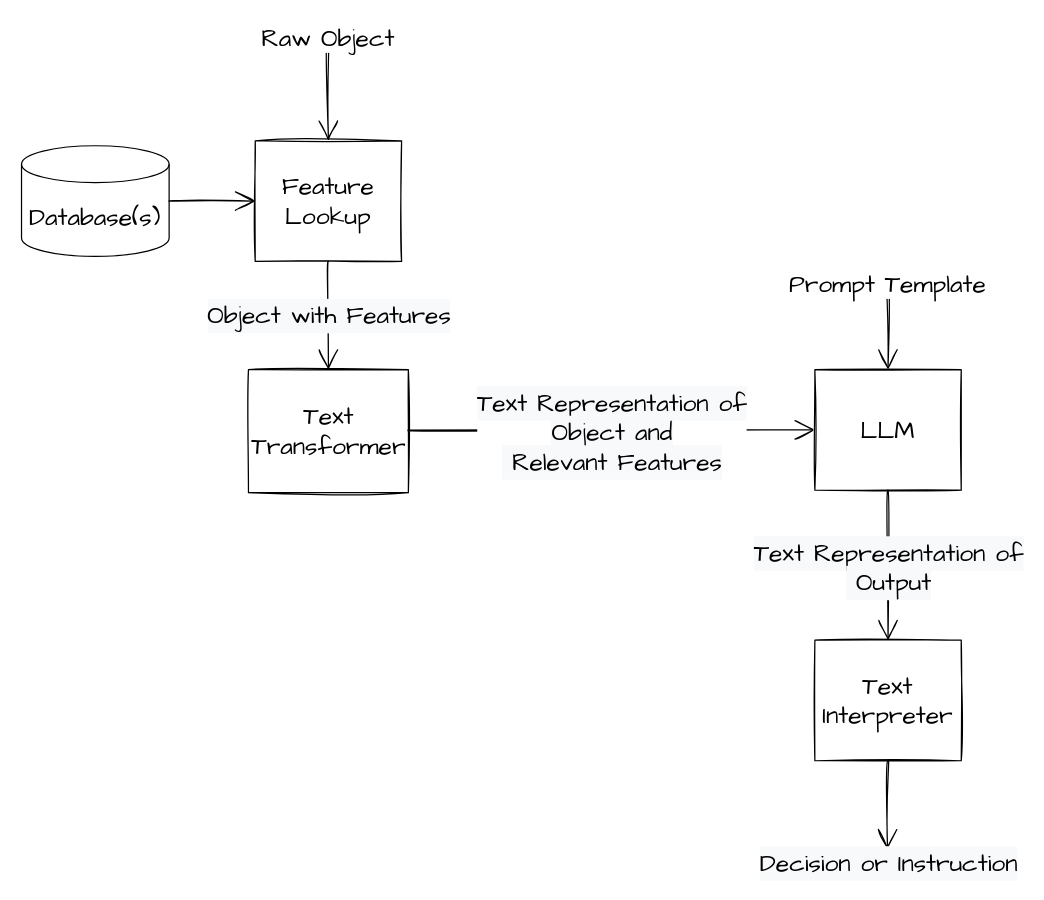
Before: page "Textification" (1 of 5) of img/LLMsTextSketch.drawio in dshieble/dshieble.github.io, a draw.io diagram. Source tidied: cells renumbered, new cells numbered last; positions are measured from the earlier drawing's top-left corner, leaving out a move shared by most shapes. Both pictures are drawn from the tidied source at 123%, with x=0, y=0 at pixel (21, 37).
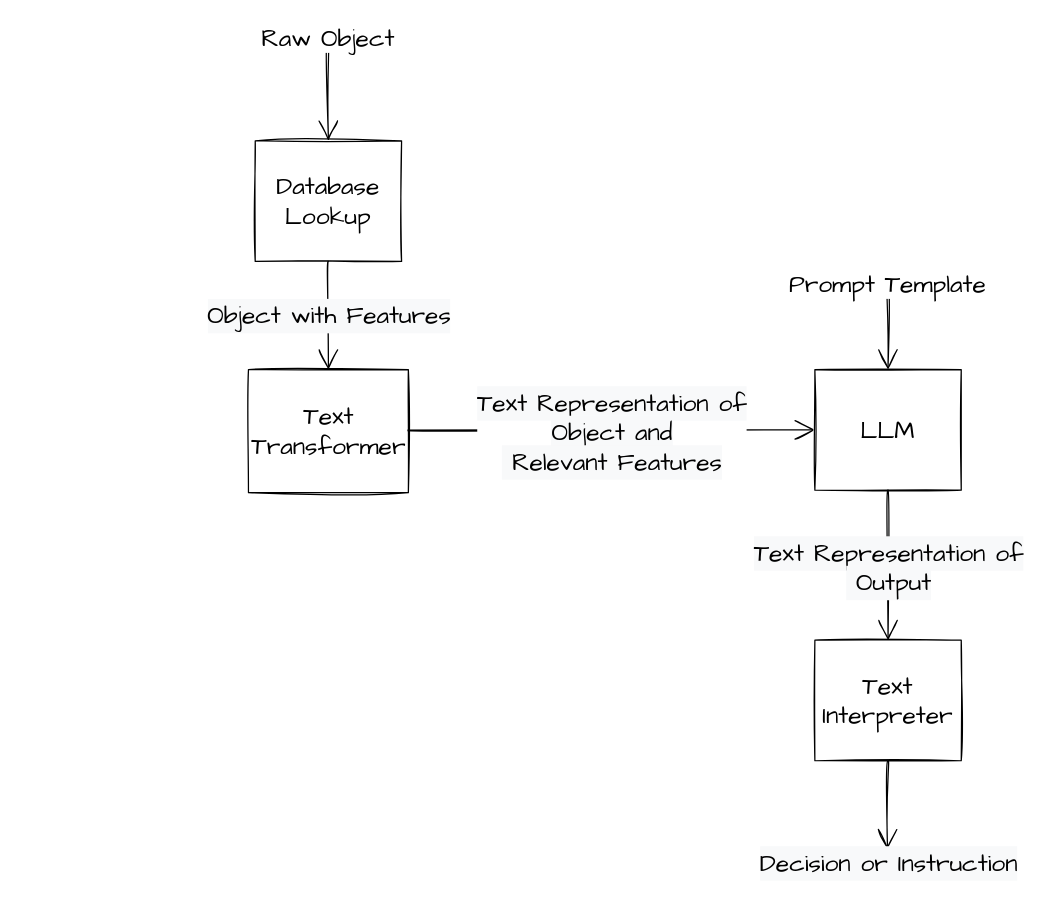
After the change.

What changed in the source:
```diff
@@
-    <mxCell id="2" value="Feature Lookup" style="rounded=0;whiteSpace=wrap;html=1;sketch=1;hachureGap=4;fontFamily=Architects Daughter;fontSize=20;" parent="1" vertex="1">
+    <mxCell id="2" value="Database Lookup" style="rounded=0;whiteSpace=wrap;html=1;sketch=1;hachureGap=4;fontFamily=Architects Daughter;fontSize=20;" parent="1" vertex="1">
       <mxGeometry x="190" y="84" width="119" height="98" as="geometry" />
     </mxCell>
@@
-    <mxCell id="7" value="&lt;span style=&quot;font-family: &amp;#34;architects daughter&amp;#34; ; font-size: 20px&quot;&gt;Database(s)&lt;/span&gt;" style="shape=cylinder3;whiteSpace=wrap;html=1;boundedLbl=1;backgroundOutline=1;size=15;" parent="1" vertex="1">
-      <mxGeometry y="88" width="120" height="90" as="geometry" />
-    </mxCell>
-    <mxCell id="8" style="edgeStyle=none;curved=1;rounded=0;sketch=1;hachureGap=4;jettySize=auto;html=1;fontFamily=Architects Daughter;fontSize=16;endArrow=open;startSize=14;endSize=14;sourcePerimeterSpacing=8;targetPerimeterSpacing=8;entryX=0;entryY=0.5;entryDx=0;entryDy=0;exitX=1;exitY=0.5;exitDx=0;exitDy=0;exitPerimeter=0;" parent="1" edge="1" source="7" target="2">
-      <mxGeometry x="-1" relative="1" as="geometry" />
-    </mxCell>
```
